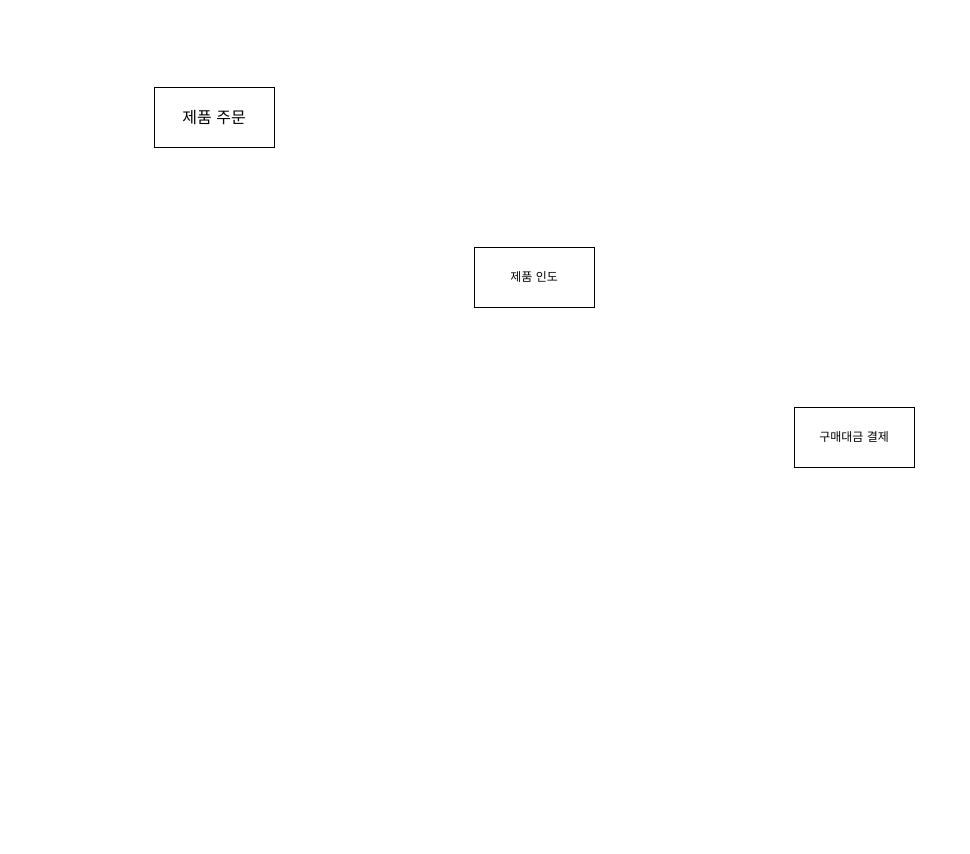
Earlier version of the draw.io diagram page "페이지-3" (3 of 3) of Untitled Diagram.drawio (jgy2808/Algorithm). Source tidied: cells renumbered, new cells numbered last; positions are measured from the earlier drawing's top-left corner, leaving out a move shared by most shapes. Both pictures are drawn from the tidied source at 100%, with x=0, y=0 at pixel (154, 87).
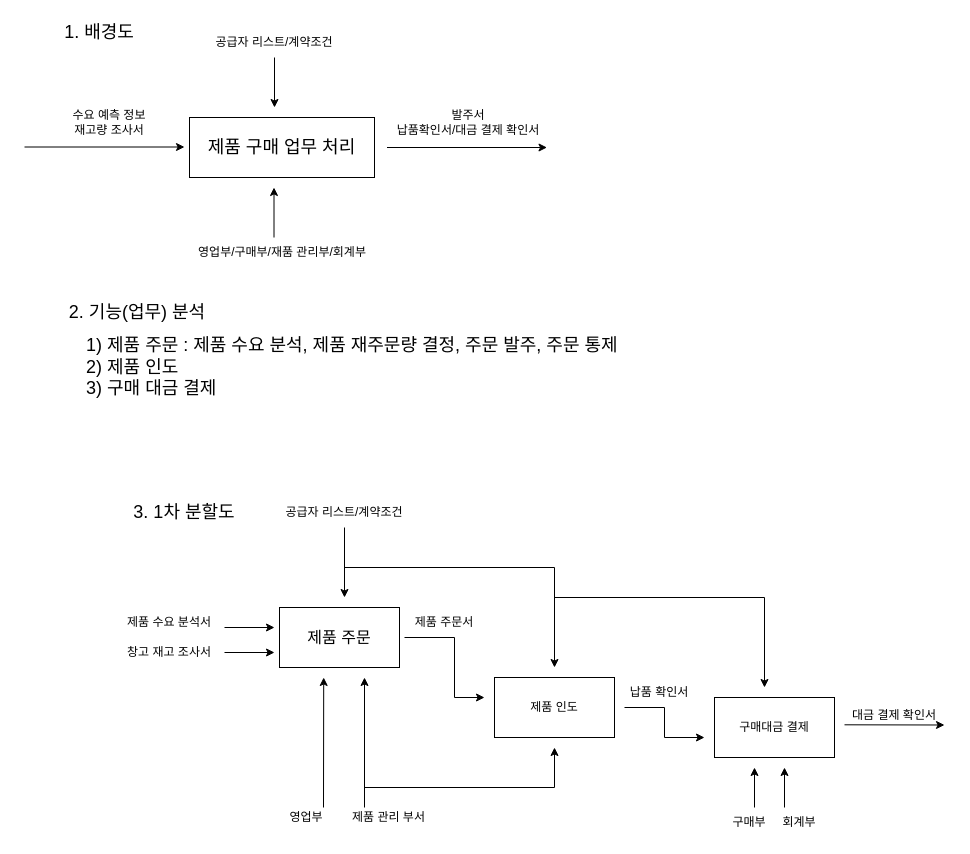
After the change.

What changed in the source:
```diff
@@
     <mxCell id="2" value="&lt;font size=&quot;3&quot;&gt;제품 주문&lt;/font&gt;" style="rounded=0;whiteSpace=wrap;html=1;" parent="1" vertex="1">
-      <mxGeometry width="120" height="60" as="geometry" />
+      <mxGeometry x="125" y="520" width="120" height="60" as="geometry" />
     </mxCell>
     <mxCell id="3" value="제품 인도" style="rounded=0;whiteSpace=wrap;html=1;" parent="1" vertex="1">
-      <mxGeometry x="320" y="160" width="120" height="60" as="geometry" />
+      <mxGeometry x="340" y="590" width="120" height="60" as="geometry" />
     </mxCell>
     <mxCell id="4" value="구매대금 결제" style="rounded=0;whiteSpace=wrap;html=1;" parent="1" vertex="1">
-      <mxGeometry x="640" y="320" width="120" height="60" as="geometry" />
+      <mxGeometry x="560" y="610" width="120" height="60" as="geometry" />
     </mxCell>
+    <mxCell id="5" style="endArrow=classic;html=1;rounded=0;" parent="1" edge="1">
+      <mxGeometry relative="1" as="geometry">
+        <mxPoint x="70" y="540" as="sourcePoint" />
+        <mxPoint x="120" y="540" as="targetPoint" />
+      </mxGeometry>
+    </mxCell>
+    <mxCell id="6" value="제품 수요 분석서" style="text;html=1;strokeColor=none;fillColor=none;align=center;verticalAlign=middle;whiteSpace=wrap;rounded=0;" parent="1" vertex="1">
+      <mxGeometry x="-50" y="520" width="130" height="30" as="geometry" />
+    </mxCell>
+    <mxCell id="7" style="endArrow=classic;html=1;rounded=0;" parent="1" edge="1">
+      <mxGeometry relative="1" as="geometry">
+        <mxPoint x="70" y="565" as="sourcePoint" />
+        <mxPoint x="120" y="565" as="targetPoint" />
+      </mxGeometry>
+    </mxCell>
+    <mxCell id="8" value="창고 재고 조사서" style="text;html=1;strokeColor=none;fillColor=none;align=center;verticalAlign=middle;whiteSpace=wrap;rounded=0;" parent="1" vertex="1">
+      <mxGeometry x="-50" y="550" width="130" height="30" as="geometry" />
+    </mxCell>
+    <mxCell id="9" style="endArrow=classic;html=1;rounded=0;" parent="1" edge="1">
+      <mxGeometry relative="1" as="geometry">
+        <mxPoint x="250" y="550" as="sourcePoint" />
+        <mxPoint x="330" y="610" as="targetPoint" />
+        <Array as="points">
+          <mxPoint x="300" y="550" />
+          <mxPoint x="300" y="610" />
+        </Array>
+      </mxGeometry>
+    </mxCell>
+    <mxCell id="10" value="제품 주문서" style="text;html=1;strokeColor=none;fillColor=none;align=center;verticalAlign=middle;whiteSpace=wrap;rounded=0;" parent="1" vertex="1">
+      <mxGeometry x="250" y="525" width="80" height="20" as="geometry" />
+    </mxCell>
+    <mxCell id="11" style="endArrow=classic;html=1;rounded=0;" parent="1" edge="1">
+      <mxGeometry relative="1" as="geometry">
+        <mxPoint x="190" y="440" as="sourcePoint" />
+        <mxPoint x="190" y="510" as="targetPoint" />
+      </mxGeometry>
+    </mxCell>
+    <mxCell id="12" value="공급자 리스트/계약조건" style="text;html=1;strokeColor=none;fillColor=none;align=center;verticalAlign=middle;whiteSpace=wrap;rounded=0;" parent="1" vertex="1">
+      <mxGeometry x="125" y="410" width="130" height="30" as="geometry" />
+    </mxCell>
+    <mxCell id="13" style="endArrow=classic;html=1;rounded=0;" parent="1" edge="1">
+      <mxGeometry relative="1" as="geometry">
+        <mxPoint x="169" y="720" as="sourcePoint" />
+        <mxPoint x="169.2" y="590" as="targetPoint" />
+      </mxGeometry>
+    </mxCell>
+    <mxCell id="14" value="영업부" style="text;html=1;strokeColor=none;fillColor=none;align=center;verticalAlign=middle;whiteSpace=wrap;rounded=0;" parent="1" vertex="1">
+      <mxGeometry x="132.5" y="720" width="37.5" height="20" as="geometry" />
+    </mxCell>
+    <mxCell id="15" style="endArrow=classic;html=1;rounded=0;" parent="1" edge="1">
+      <mxGeometry relative="1" as="geometry">
+        <mxPoint x="470" y="620" as="sourcePoint" />
+        <mxPoint x="550" y="650" as="targetPoint" />
+        <Array as="points">
+          <mxPoint x="510" y="620" />
+          <mxPoint x="510" y="650" />
+        </Array>
+      </mxGeometry>
+    </mxCell>
+    <mxCell id="16" value="납품 확인서" style="text;html=1;strokeColor=none;fillColor=none;align=center;verticalAlign=middle;whiteSpace=wrap;rounded=0;" parent="1" vertex="1">
+      <mxGeometry x="440" y="590" width="130" height="30" as="geometry" />
+    </mxCell>
+    <mxCell id="17" style="endArrow=classic;html=1;rounded=0;" parent="1" edge="1">
+      <mxGeometry relative="1" as="geometry">
+        <mxPoint x="190" y="480" as="sourcePoint" />
+        <mxPoint x="400" y="580" as="targetPoint" />
+        <Array as="points">
+          <mxPoint x="400" y="480" />
+        </Array>
+      </mxGeometry>
+    </mxCell>
+    <mxCell id="18" style="endArrow=classic;html=1;rounded=0;" parent="1" edge="1">
+      <mxGeometry relative="1" as="geometry">
+        <mxPoint x="400" y="510" as="sourcePoint" />
+        <mxPoint x="610" y="600" as="targetPoint" />
+        <Array as="points">
+          <mxPoint x="610" y="510" />
+        </Array>
+      </mxGeometry>
+    </mxCell>
+    <mxCell id="19" style="endArrow=classic;html=1;rounded=0;" parent="1" edge="1">
+      <mxGeometry relative="1" as="geometry">
+        <mxPoint x="690" y="637.3" as="sourcePoint" />
+        <mxPoint x="790" y="637.5" as="targetPoint" />
+      </mxGeometry>
+    </mxCell>
+    <mxCell id="20" value="대금 결제 확인서" style="text;html=1;strokeColor=none;fillColor=none;align=center;verticalAlign=middle;whiteSpace=wrap;rounded=0;" parent="1" vertex="1">
+      <mxGeometry x="690" y="620" width="100" height="15" as="geometry" />
+    </mxCell>
+    <mxCell id="21" style="endArrow=classic;html=1;rounded=0;" parent="1" edge="1">
+      <mxGeometry relative="1" as="geometry">
+        <mxPoint x="600" y="720" as="sourcePoint" />
+        <mxPoint x="600" y="680" as="targetPoint" />
+      </mxGeometry>
+    </mxCell>
+    <mxCell id="22" value="구매부" style="text;html=1;strokeColor=none;fillColor=none;align=center;verticalAlign=middle;whiteSpace=wrap;rounded=0;" parent="1" vertex="1">
+      <mxGeometry x="530" y="720" width="130" height="30" as="geometry" />
+    </mxCell>
+    <mxCell id="23" style="endArrow=classic;html=1;rounded=0;" parent="1" edge="1">
+      <mxGeometry relative="1" as="geometry">
+        <mxPoint x="630" y="720" as="sourcePoint" />
+        <mxPoint x="630" y="680" as="targetPoint" />
+      </mxGeometry>
+    </mxCell>
+    <mxCell id="24" value="회계부" style="text;html=1;strokeColor=none;fillColor=none;align=center;verticalAlign=middle;whiteSpace=wrap;rounded=0;" parent="1" vertex="1">
+      <mxGeometry x="580" y="720" width="130" height="30" as="geometry" />
+    </mxCell>
+    <mxCell id="25" style="endArrow=classic;html=1;rounded=0;" parent="1" edge="1">
+      <mxGeometry relative="1" as="geometry">
+        <mxPoint x="210" y="720" as="sourcePoint" />
+        <mxPoint x="210" y="590" as="targetPoint" />
+      </mxGeometry>
+    </mxCell>
+    <mxCell id="26" value="제품 관리 부서" style="text;html=1;strokeColor=none;fillColor=none;align=center;verticalAlign=middle;whiteSpace=wrap;rounded=0;" parent="1" vertex="1">
+      <mxGeometry x="190" y="723.5" width="88.8" height="13" as="geometry" />
+    </mxCell>
+    <mxCell id="27" value="&lt;font style=&quot;font-size: 18px&quot;&gt;1. 배경도&lt;/font&gt;" style="text;html=1;strokeColor=none;fillColor=none;align=center;verticalAlign=middle;whiteSpace=wrap;rounded=0;" parent="1" vertex="1">
+      <mxGeometry x="-110" y="-70" width="110" height="30" as="geometry" />
+    </mxCell>
+    <mxCell id="28" value="제품 구매 업무 처리" style="rounded=0;whiteSpace=wrap;html=1;fontSize=18;" parent="1" vertex="1">
+      <mxGeometry x="35" y="30" width="185" height="60" as="geometry" />
+    </mxCell>
+    <mxCell id="29" style="endArrow=classic;html=1;rounded=0;" parent="1" edge="1">
+      <mxGeometry relative="1" as="geometry">
+        <mxPoint x="-130" y="59.5" as="sourcePoint" />
+        <mxPoint x="30" y="59.5" as="targetPoint" />
+      </mxGeometry>
+    </mxCell>
+    <mxCell id="30" value="수요 예측 정보&lt;br&gt;재고량 조사서" style="text;html=1;strokeColor=none;fillColor=none;align=center;verticalAlign=middle;whiteSpace=wrap;rounded=0;" parent="1" vertex="1">
+      <mxGeometry x="-110" y="20" width="130" height="30" as="geometry" />
+    </mxCell>
+    <mxCell id="31" style="endArrow=classic;html=1;rounded=0;fontSize=18;" parent="1" edge="1">
+      <mxGeometry relative="1" as="geometry">
+        <mxPoint x="120" y="-30" as="sourcePoint" />
+        <mxPoint x="120" y="20" as="targetPoint" />
+      </mxGeometry>
+    </mxCell>
+    <mxCell id="32" value="공급자 리스트/계약조건" style="text;html=1;strokeColor=none;fillColor=none;align=center;verticalAlign=middle;whiteSpace=wrap;rounded=0;" parent="1" vertex="1">
+      <mxGeometry x="50" y="-60" width="140" height="30" as="geometry" />
+    </mxCell>
+    <mxCell id="33" style="endArrow=classic;html=1;rounded=0;fontSize=18;" parent="1" edge="1">
+      <mxGeometry relative="1" as="geometry">
+        <mxPoint x="119.5" y="150" as="sourcePoint" />
+        <mxPoint x="119.5" y="100" as="targetPoint" />
+      </mxGeometry>
+    </mxCell>
+    <mxCell id="34" value="영업부/구매부/재품 관리부/회계부" style="text;html=1;strokeColor=none;fillColor=none;align=center;verticalAlign=middle;whiteSpace=wrap;rounded=0;" parent="1" vertex="1">
+      <mxGeometry x="22.5" y="150" width="210" height="30" as="geometry" />
+    </mxCell>
+    <mxCell id="35" style="endArrow=classic;html=1;rounded=0;fontSize=18;" parent="1" edge="1">
+      <mxGeometry relative="1" as="geometry">
+        <mxPoint x="210" y="700" as="sourcePoint" />
+        <mxPoint x="400" y="660" as="targetPoint" />
+        <Array as="points">
+          <mxPoint x="400" y="700" />
+        </Array>
+      </mxGeometry>
+    </mxCell>
+    <mxCell id="36" style="endArrow=classic;html=1;rounded=0;" parent="1" edge="1">
+      <mxGeometry relative="1" as="geometry">
+        <mxPoint x="232.5" y="60" as="sourcePoint" />
+        <mxPoint x="392.5" y="60" as="targetPoint" />
+      </mxGeometry>
+    </mxCell>
+    <mxCell id="37" value="발주서&lt;br&gt;납품확인서/대금 결제 확인서" style="text;html=1;strokeColor=none;fillColor=none;align=center;verticalAlign=middle;whiteSpace=wrap;rounded=0;" parent="1" vertex="1">
+      <mxGeometry x="220" y="20" width="187.5" height="30" as="geometry" />
+    </mxCell>
+    <mxCell id="38" value="&lt;font style=&quot;font-size: 18px&quot;&gt;2. 기능(업무) 분석&lt;/font&gt;" style="text;html=1;strokeColor=none;fillColor=none;align=center;verticalAlign=middle;whiteSpace=wrap;rounded=0;" parent="1" vertex="1">
+      <mxGeometry x="-97.5" y="210" width="160" height="30" as="geometry" />
+    </mxCell>
+    <mxCell id="39" value="1) 제품 주문 : 제품 수요 분석, 제품 재주문량 결정, 주문 발주, 주문 통제&lt;br&gt;2) 제품 인도&lt;br&gt;3) 구매 대금 결제" style="text;html=1;strokeColor=none;fillColor=none;align=left;verticalAlign=middle;whiteSpace=wrap;rounded=0;fontSize=18;" parent="1" vertex="1">
+      <mxGeometry x="-70" y="240" width="610" height="80" as="geometry" />
+    </mxCell>
+    <mxCell id="40" value="&lt;font style=&quot;font-size: 18px&quot;&gt;3. 1차 분할도&lt;/font&gt;" style="text;html=1;strokeColor=none;fillColor=none;align=center;verticalAlign=middle;whiteSpace=wrap;rounded=0;" parent="1" vertex="1">
+      <mxGeometry x="-50" y="410" width="160" height="30" as="geometry" />
+    </mxCell>
```
